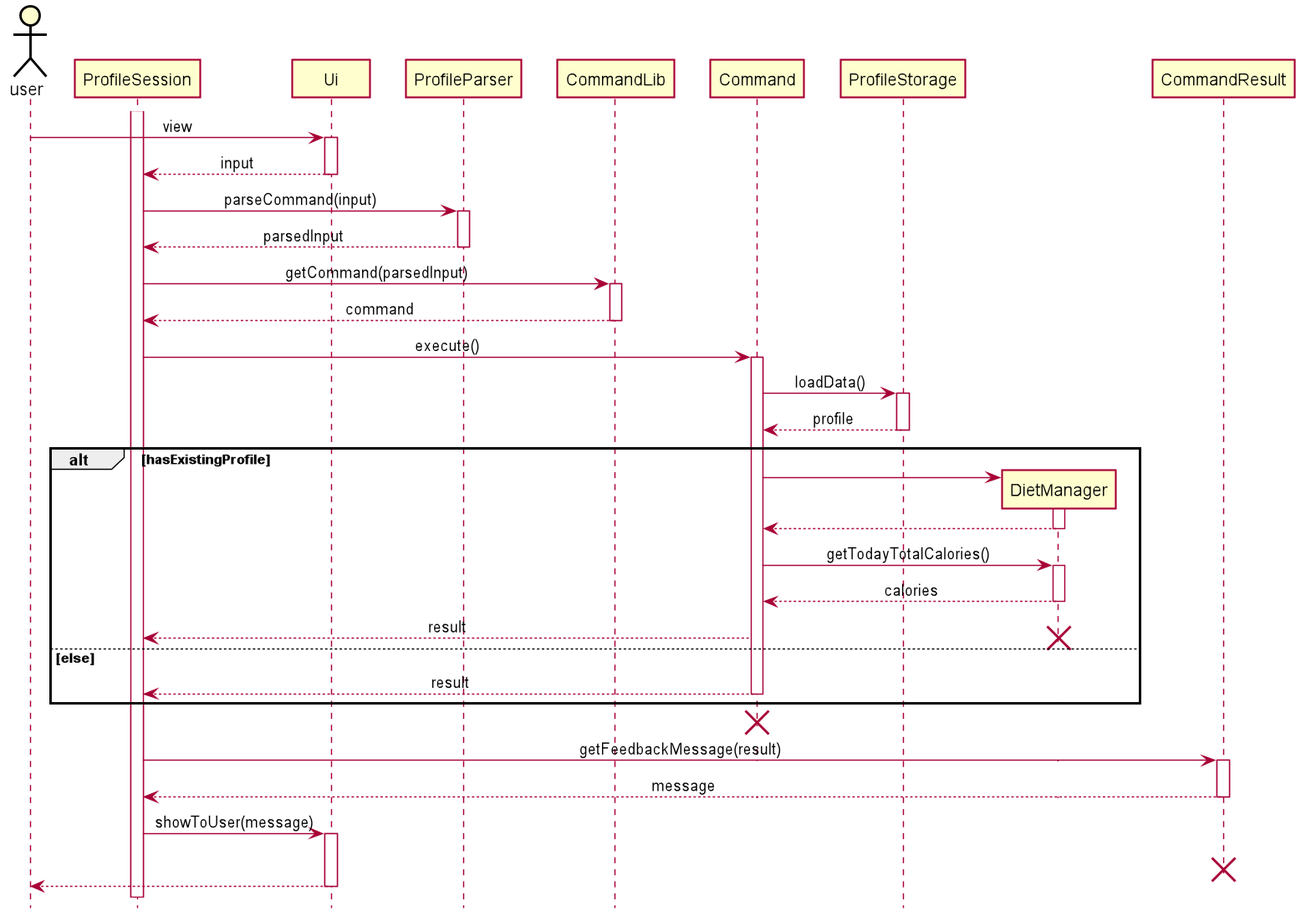
zsk612/tp keeps this PlantUML diagram as docs/pictures/khoa/ViewProfile.png. Above is the earlier version.
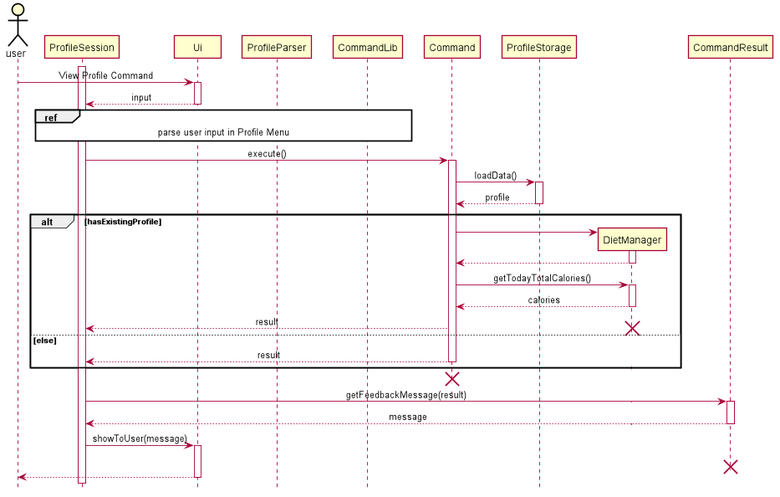
Above is the later version.

Commit message:
Extract parsing input in Profile sequence diagrams

The edit, as a diff of the source:
```diff
@@ -43,14 +43,10 @@
 
 actor user
 activate ProfileSession
-user -> Ui++ : view
+user -> Ui++ : View Profile Command
 Ui --> ProfileSession -- : input
 
-ProfileSession -> ProfileParser ++ : parseCommand(input)
-ProfileParser --> ProfileSession -- : parsedInput
-
-ProfileSession -> CommandLib ++ : getCommand(parsedInput)
-CommandLib --> ProfileSession -- : command
+ref over ProfileSession, ProfileParser, CommandLib: parse user input in Profile Menu
 
 ProfileSession -> Command ++ : execute()
 Command -> ProfileStorage ++ : loadData()
```
